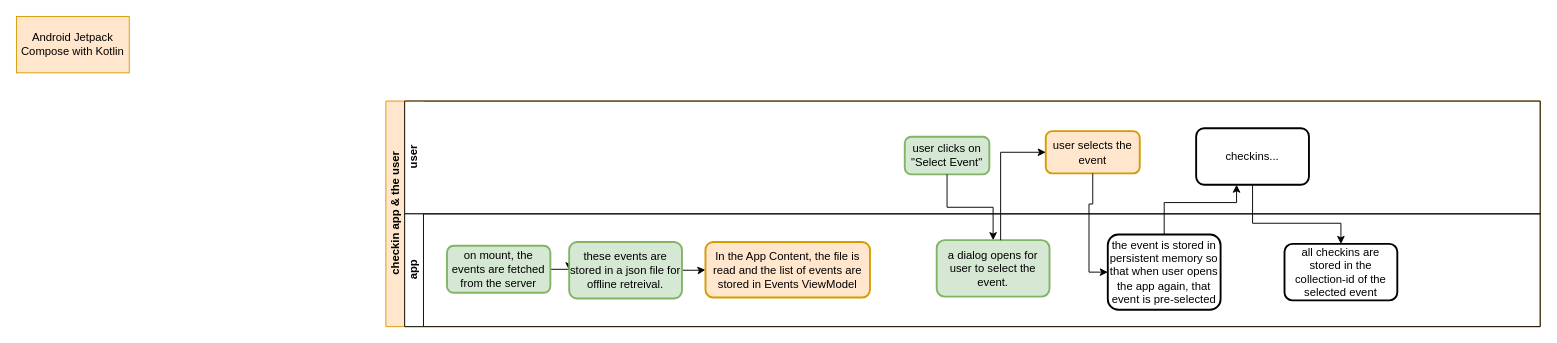
appsparkler/draw.io keeps this draw.io diagram as hfn-checkin-dynamic-config.drawio. Above is the earlier version. Source tidied: cells renumbered, new cells numbered last; positions are measured from the earlier drawing's top-left corner, leaving out a move shared by most shapes. Both pictures are drawn from the tidied source at 94%, with x=0, y=0 at pixel (16, 16).
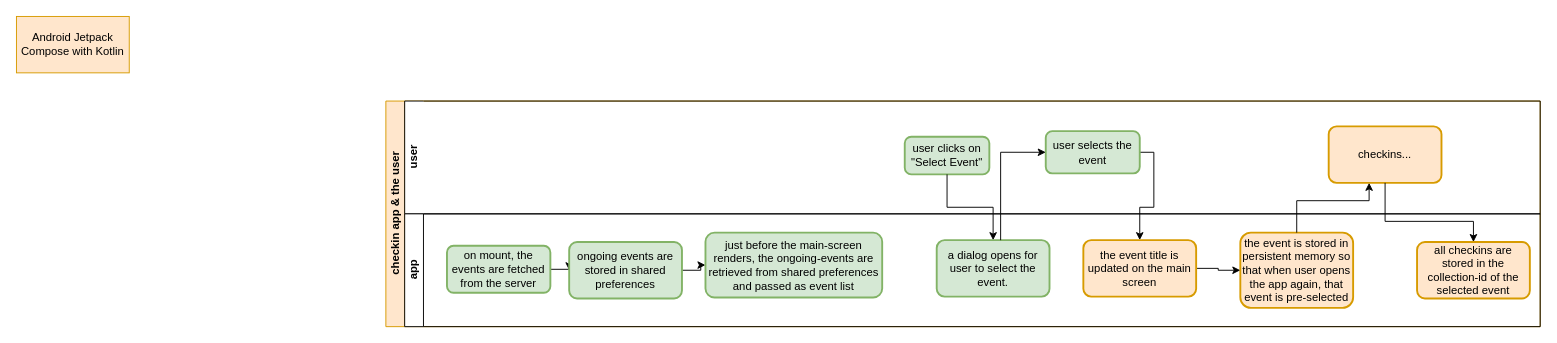
After the change.

The change refers to these unchanged cells:
```xml
<mxCell id="4" value="&lt;div&gt;app&lt;/div&gt;" style="swimlane;startSize=20;horizontal=0;html=1;" parent="2" vertex="1">
  <mxGeometry x="20" y="120" width="1208" height="120" as="geometry" />
</mxCell>
```

Diff of the diagram source:
```diff
@@
-    <mxCell id="8" value="these events are stored in a json file for offline retreival." style="whiteSpace=wrap;html=1;rounded=1;arcSize=14;strokeWidth=2;fillColor=#d5e8d4;strokeColor=#82b366;" parent="4" vertex="1">
+    <mxCell id="8" value="ongoing events are stored in shared preferences" style="whiteSpace=wrap;html=1;rounded=1;arcSize=14;strokeWidth=2;fillColor=#d5e8d4;strokeColor=#82b366;" parent="4" vertex="1">
       <mxGeometry x="175" y="30" width="120" height="60" as="geometry" />
     </mxCell>
-    <mxCell id="9" value="In the App Content, the file is read and the list of events are stored in Events ViewModel" style="whiteSpace=wrap;html=1;rounded=1;arcSize=14;strokeWidth=2;fillColor=#ffe6cc;strokeColor=#d79b00;" parent="4" vertex="1">
-      <mxGeometry x="320" y="30" width="175" height="59" as="geometry" />
+    <mxCell id="9" value="&lt;div&gt;just before the main-screen renders, the ongoing-events are retrieved from shared preferences and passed as event list&lt;/div&gt;" style="whiteSpace=wrap;html=1;rounded=1;arcSize=14;strokeWidth=2;fillColor=#d5e8d4;strokeColor=#82b366;" parent="4" vertex="1">
+      <mxGeometry x="320" y="20" width="188" height="69" as="geometry" />
     </mxCell>
+    <mxCell id="22" style="edgeStyle=orthogonalEdgeStyle;rounded=0;jettySize=auto;html=1;" parent="4" edge="1" source="10" target="24">
+      <mxGeometry relative="1" as="geometry">
+        <Array as="points">
+          <mxPoint x="797" y="-65" />
+          <mxPoint x="797" y="-7" />
+          <mxPoint x="782" y="-7" />
+        </Array>
+      </mxGeometry>
+    </mxCell>
-    <mxCell id="10" value="user selects the event" style="rounded=1;whiteSpace=wrap;html=1;absoluteArcSize=1;arcSize=14;strokeWidth=2;fillColor=#ffe6cc;strokeColor=#d79b00;" parent="4" vertex="1">
+    <mxCell id="10" value="user selects the event" style="rounded=1;whiteSpace=wrap;html=1;absoluteArcSize=1;arcSize=14;strokeWidth=2;fillColor=#d5e8d4;strokeColor=#82b366;" parent="4" vertex="1">
       <mxGeometry x="682" y="-88" width="100" height="45" as="geometry" />
     </mxCell>
@@
-    <mxCell id="12" value="checkins..." style="whiteSpace=wrap;html=1;rounded=1;arcSize=14;strokeWidth=2;" parent="4" vertex="1">
-      <mxGeometry x="842" y="-91" width="120" height="60" as="geometry" />
+    <mxCell id="12" value="checkins..." style="whiteSpace=wrap;html=1;rounded=1;arcSize=14;strokeWidth=2;fillColor=#ffe6cc;strokeColor=#d79b00;" parent="4" vertex="1">
+      <mxGeometry x="983" y="-93" width="120" height="60" as="geometry" />
     </mxCell>
@@
-    <mxCell id="14" value="the event is stored in persistent memory so that when user opens the app again, that event is pre-selected" style="whiteSpace=wrap;html=1;rounded=1;arcSize=14;strokeWidth=2;" parent="4" vertex="1">
-      <mxGeometry x="748" y="22" width="120" height="80" as="geometry" />
+    <mxCell id="14" value="the event is stored in persistent memory so that when user opens the app again, that event is pre-selected" style="whiteSpace=wrap;html=1;rounded=1;arcSize=14;strokeWidth=2;fillColor=#ffe6cc;strokeColor=#d79b00;" parent="4" vertex="1">
+      <mxGeometry x="889" y="20" width="120" height="80" as="geometry" />
     </mxCell>
-    <mxCell id="15" value="all checkins are stored in the collection-id of the selected event" style="whiteSpace=wrap;html=1;rounded=1;arcSize=14;strokeWidth=2;" parent="4" vertex="1">
-      <mxGeometry x="936" y="32" width="120" height="60" as="geometry" />
+    <mxCell id="15" value="all checkins are stored in the collection-id of the selected event" style="whiteSpace=wrap;html=1;rounded=1;arcSize=14;strokeWidth=2;fillColor=#ffe6cc;strokeColor=#d79b00;" parent="4" vertex="1">
+      <mxGeometry x="1077" y="30" width="120" height="60" as="geometry" />
     </mxCell>
     <mxCell id="16" style="edgeStyle=orthogonalEdgeStyle;rounded=0;jettySize=auto;html=1;" parent="4" edge="1" source="14" target="12">
       <mxGeometry relative="1" as="geometry">
         <Array as="points">
-          <mxPoint x="808" y="-12" />
-          <mxPoint x="885" y="-12" />
+          <mxPoint x="949" y="-14" />
+          <mxPoint x="1026" y="-14" />
         </Array>
       </mxGeometry>
     </mxCell>
     <mxCell id="17" style="edgeStyle=orthogonalEdgeStyle;rounded=0;jettySize=auto;html=1;entryX=0.5;entryY=0;entryDx=0;entryDy=0;" parent="4" edge="1" source="12" target="15">
       <mxGeometry relative="1" as="geometry">
         <Array as="points">
-          <mxPoint x="902" y="10" />
-          <mxPoint x="996" y="10" />
+          <mxPoint x="1043" y="8" />
+          <mxPoint x="1137" y="8" />
         </Array>
       </mxGeometry>
     </mxCell>
@@
-    <mxCell id="19" style="edgeStyle=orthogonalEdgeStyle;rounded=0;jettySize=auto;html=1;entryX=0;entryY=0.5;entryDx=0;entryDy=0;" parent="4" edge="1" source="10" target="14">
-      <mxGeometry relative="1" as="geometry" />
-    </mxCell>
@@
+    <mxCell id="23" style="edgeStyle=orthogonalEdgeStyle;rounded=0;jettySize=auto;html=1;entryX=0;entryY=0.5;entryDx=0;entryDy=0;" parent="4" edge="1" source="24" target="14">
+      <mxGeometry relative="1" as="geometry" />
+    </mxCell>
+    <mxCell id="24" value="the event title is updated on the main screen" style="whiteSpace=wrap;html=1;rounded=1;arcSize=14;strokeWidth=2;fillColor=#ffe6cc;strokeColor=#d79b00;" parent="4" vertex="1">
+      <mxGeometry x="722" y="28" width="120" height="60" as="geometry" />
+    </mxCell>
```
